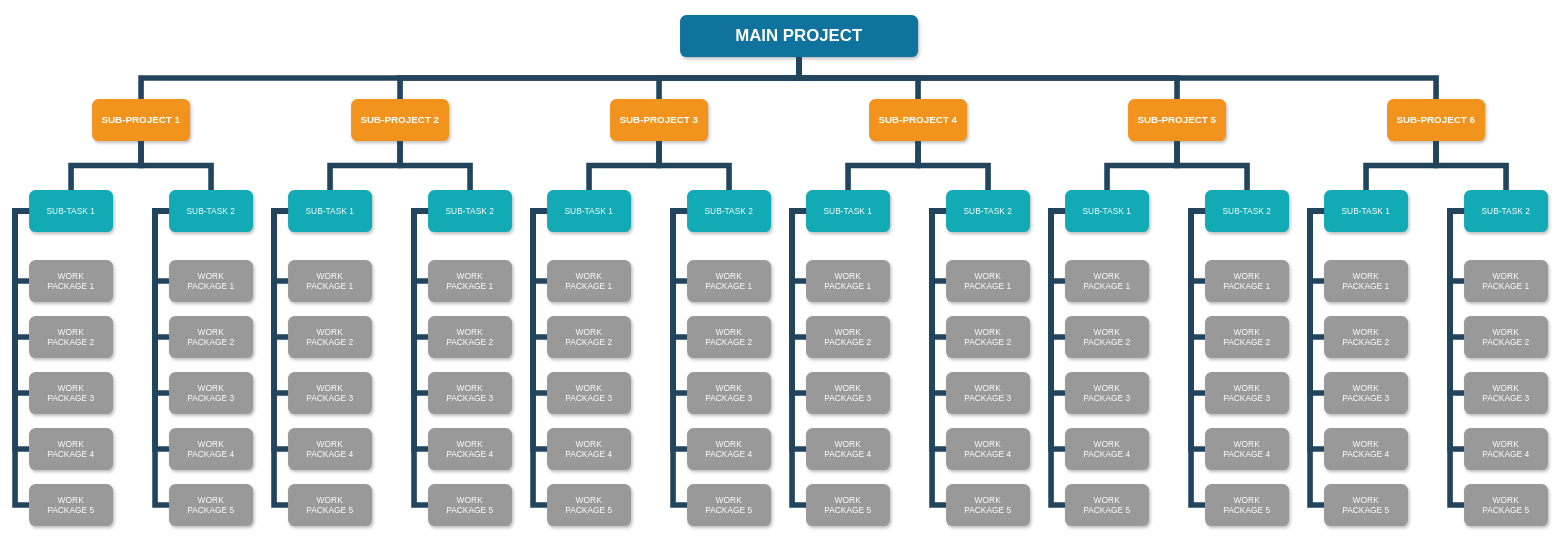
This is Work Breakdown Structure.drawio from USN-Gjengen/APP2000_Gruppe06_Solvann-Driftsystem, a draw.io file, before an edit. Source tidied: cells renumbered, new cells numbered last; positions are measured from the earlier drawing's top-left corner, leaving out a move shared by most shapes. Both pictures are drawn from the tidied source at 70%, with x=0, y=0 at pixel (15, 15).
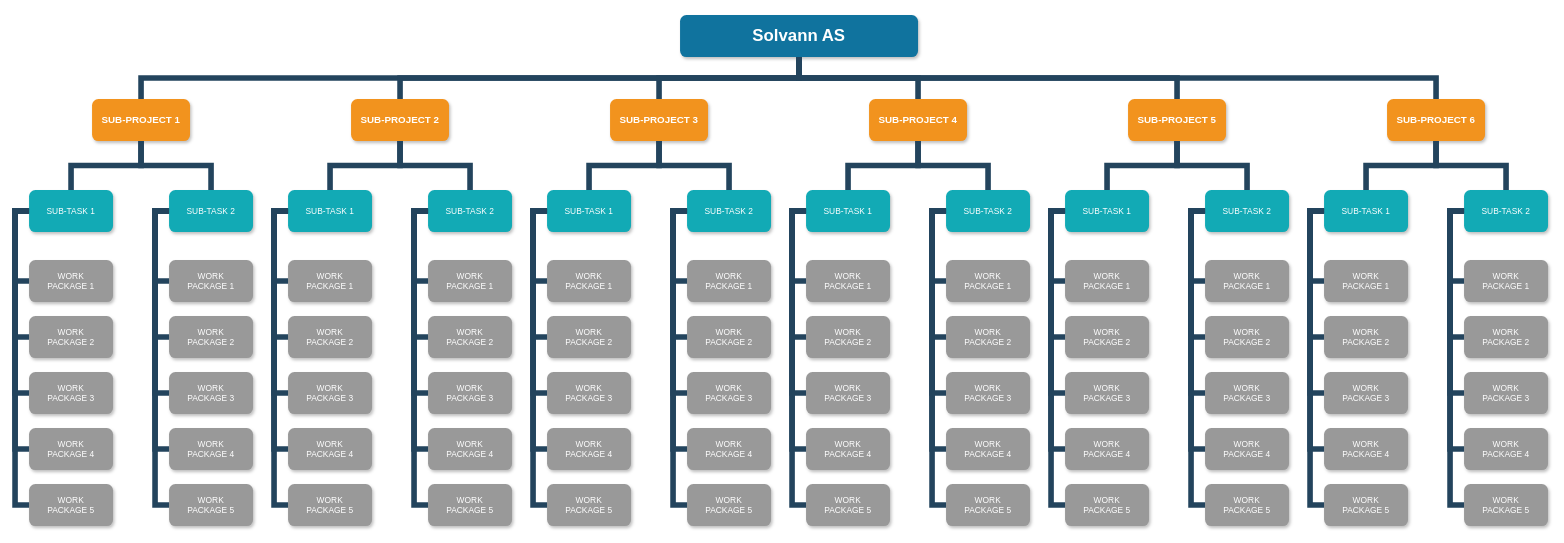
After the change.

What changed in the source:
```diff
@@
-    <mxCell id="2" value="MAIN PROJECT" style="whiteSpace=wrap;rounded=1;shadow=1;fillColor=#10739E;strokeColor=none;fontColor=#FFFFFF;fontStyle=1;fontSize=24;" parent="1" vertex="1">
+    <mxCell id="2" value="Solvann AS" style="whiteSpace=wrap;rounded=1;shadow=1;fillColor=#10739E;strokeColor=none;fontColor=#FFFFFF;fontStyle=1;fontSize=24;" parent="1" vertex="1">
       <mxGeometry x="950" width="340" height="60" as="geometry" />
     </mxCell>
```
